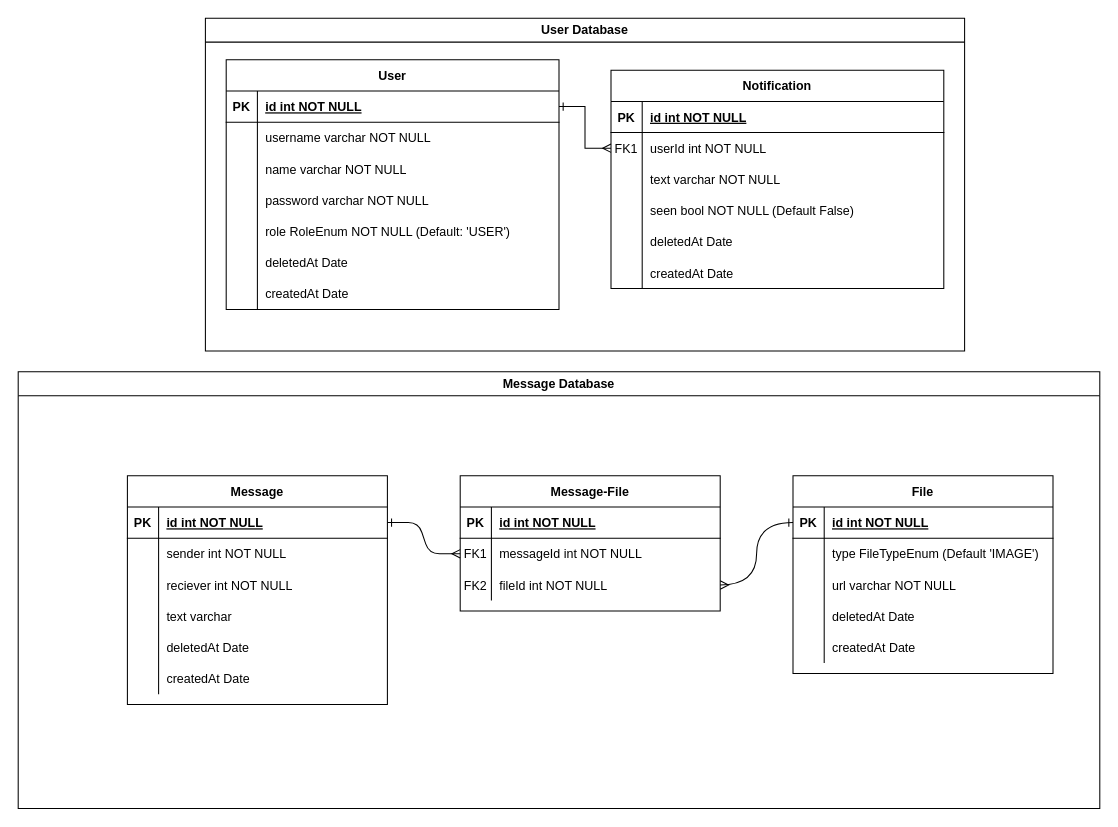
The draw.io diagram documentations/messaging-erd.drawio in sajjadpoores/nestjs-messaging-microservice, before the edit. Source tidied: cells renumbered, new cells numbered last; positions are measured from the earlier drawing's top-left corner, leaving out a move shared by most shapes. Both pictures are drawn from the tidied source at 104%, with x=0, y=0 at pixel (18, 18).
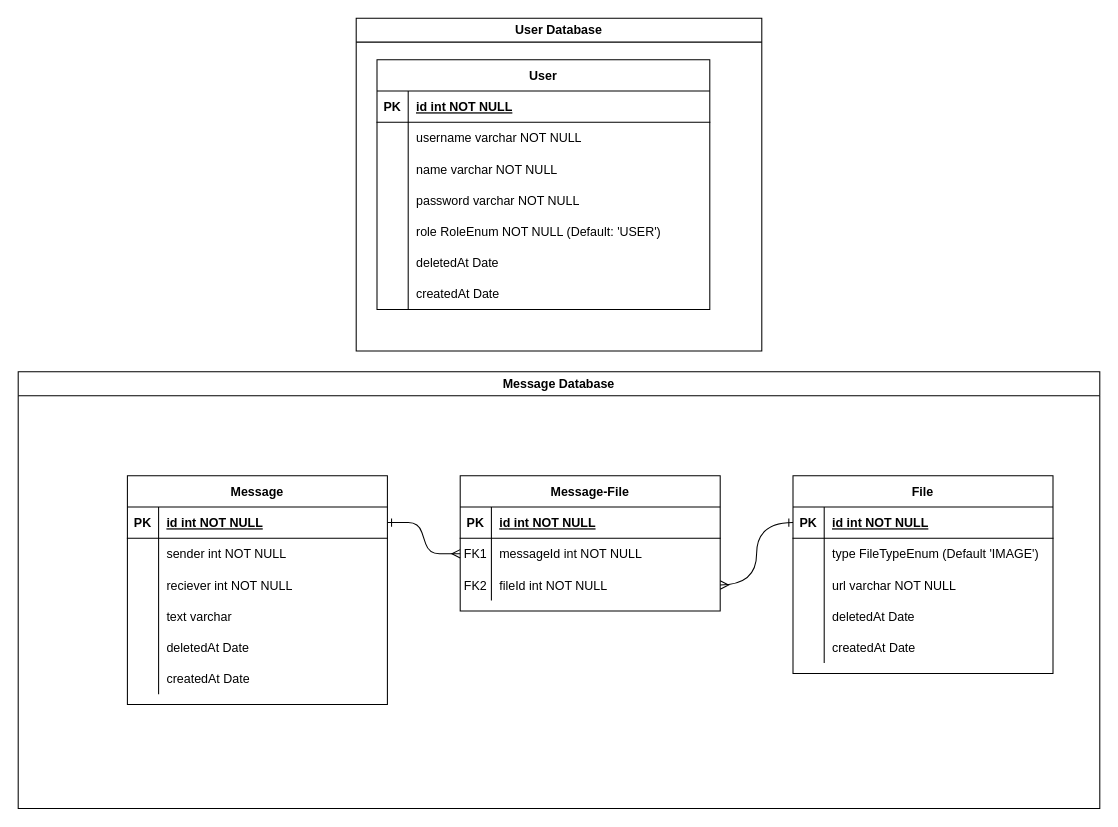
Above is the later version.

Commit message (it also covers changes not shown here):
bugfix(documentation): remove notification from documents and clean the architecture diagram

The change refers to these unchanged cells:
```xml
<mxCell id="23" style="shape=partialRectangle;fillColor=none;points=[[0,0.5],[1,0.5]];portConstraint=eastwest;top=0;left=0;right=0;bottom=1;" parent="22" vertex="1">
  <mxGeometry y="30" width="320" height="30" as="geometry" />
</mxCell>
```

The edit, as a diff of the source:
```diff
@@
     <mxCell id="2" value="User Database" style="swimlane;whiteSpace=wrap;html=1;" parent="1" vertex="1">
-      <mxGeometry x="180" width="730" height="320" as="geometry" />
+      <mxGeometry x="325" width="390" height="320" as="geometry" />
     </mxCell>
-    <mxCell id="3" value="Notification" style="shape=table;startSize=30;childLayout=tableLayout;rowLines=0;fontStyle=1;align=center;" parent="2" vertex="1">
-      <mxGeometry x="390" y="50" width="320" height="210" as="geometry" />
-    </mxCell>
-    <mxCell id="4" style="shape=partialRectangle;fillColor=none;top=0;left=0;right=0;bottom=1;" parent="3" vertex="1">
-      <mxGeometry y="30" width="320" height="30" as="geometry" />
-    </mxCell>
-    <mxCell id="5" value="PK" style="shape=partialRectangle;overflow=hidden;fillColor=none;top=0;left=0;bottom=0;right=0;fontStyle=1;" parent="4" vertex="1">
-      <mxGeometry width="30" height="30" as="geometry" />
-    </mxCell>
-    <mxCell id="6" value="id int NOT NULL " style="shape=partialRectangle;overflow=hidden;fillColor=none;top=0;left=0;bottom=0;right=0;align=left;spacingLeft=6;fontStyle=5;" parent="4" vertex="1">
-      <mxGeometry x="30" width="290" height="30" as="geometry" />
-    </mxCell>
-    <mxCell id="7" style="shape=partialRectangle;fillColor=none;points=[[0,0.5],[1,0.5]];portConstraint=eastwest;top=0;left=0;right=0;bottom=0;" parent="3" vertex="1">
-      <mxGeometry y="60" width="320" height="30" as="geometry" />
-    </mxCell>
-    <mxCell id="8" value="FK1" style="shape=partialRectangle;overflow=hidden;fillColor=none;top=0;left=0;bottom=0;right=0;" parent="7" vertex="1">
-      <mxGeometry width="30" height="30" as="geometry" />
-    </mxCell>
-    <mxCell id="9" value="userId int NOT NULL" style="shape=partialRectangle;overflow=hidden;fillColor=none;top=0;left=0;bottom=0;right=0;align=left;spacingLeft=6;" parent="7" vertex="1">
-      <mxGeometry x="30" width="290" height="30" as="geometry" />
-    </mxCell>
-    <mxCell id="10" style="shape=partialRectangle;fillColor=none;top=0;left=0;right=0;bottom=0;" parent="3" vertex="1">
-      <mxGeometry y="90" width="320" height="30" as="geometry" />
-    </mxCell>
-    <mxCell id="11" style="shape=partialRectangle;overflow=hidden;fillColor=none;top=0;left=0;bottom=0;right=0;" parent="10" vertex="1">
-      <mxGeometry width="30" height="30" as="geometry" />
-    </mxCell>
-    <mxCell id="12" value="text varchar NOT NULL" style="shape=partialRectangle;overflow=hidden;fillColor=none;top=0;left=0;bottom=0;right=0;align=left;spacingLeft=6;" parent="10" vertex="1">
-      <mxGeometry x="30" width="290" height="30" as="geometry" />
-    </mxCell>
-    <mxCell id="13" style="shape=partialRectangle;fillColor=none;top=0;left=0;right=0;bottom=0;" parent="3" vertex="1">
-      <mxGeometry y="120" width="320" height="30" as="geometry" />
-    </mxCell>
-    <mxCell id="14" style="shape=partialRectangle;overflow=hidden;fillColor=none;top=0;left=0;bottom=0;right=0;" parent="13" vertex="1">
-      <mxGeometry width="30" height="30" as="geometry" />
-    </mxCell>
-    <mxCell id="15" value="seen bool NOT NULL (Default False)" style="shape=partialRectangle;overflow=hidden;fillColor=none;top=0;left=0;bottom=0;right=0;align=left;spacingLeft=6;" parent="13" vertex="1">
-      <mxGeometry x="30" width="290" height="30" as="geometry" />
-    </mxCell>
-    <mxCell id="16" style="shape=partialRectangle;fillColor=none;top=0;left=0;right=0;bottom=0;" parent="3" vertex="1">
-      <mxGeometry y="150" width="320" height="30" as="geometry" />
-    </mxCell>
-    <mxCell id="17" style="shape=partialRectangle;overflow=hidden;fillColor=none;top=0;left=0;bottom=0;right=0;" parent="16" vertex="1">
-      <mxGeometry width="30" height="30" as="geometry" />
-    </mxCell>
-    <mxCell id="18" value="deletedAt Date" style="shape=partialRectangle;overflow=hidden;fillColor=none;top=0;left=0;bottom=0;right=0;align=left;spacingLeft=6;" parent="16" vertex="1">
-      <mxGeometry x="30" width="290" height="30" as="geometry" />
-    </mxCell>
-    <mxCell id="19" style="shape=partialRectangle;fillColor=none;top=0;left=0;right=0;bottom=0;" parent="3" vertex="1">
-      <mxGeometry y="180" width="320" height="30" as="geometry" />
-    </mxCell>
-    <mxCell id="20" style="shape=partialRectangle;overflow=hidden;fillColor=none;top=0;left=0;bottom=0;right=0;" parent="19" vertex="1">
-      <mxGeometry width="30" height="30" as="geometry" />
-    </mxCell>
-    <mxCell id="21" value="createdAt Date" style="shape=partialRectangle;overflow=hidden;fillColor=none;top=0;left=0;bottom=0;right=0;align=left;spacingLeft=6;" parent="19" vertex="1">
-      <mxGeometry x="30" width="290" height="30" as="geometry" />
-    </mxCell>
@@
-    <mxCell id="44" style="edgeStyle=orthogonalEdgeStyle;rounded=0;jettySize=auto;html=1;entryX=1;entryY=0.5;entryDx=0;entryDy=0;startArrow=ERmany;startFill=0;endArrow=ERone;endFill=0;" parent="2" edge="1" source="7" target="23">
-      <mxGeometry relative="1" as="geometry" />
-    </mxCell>
```
